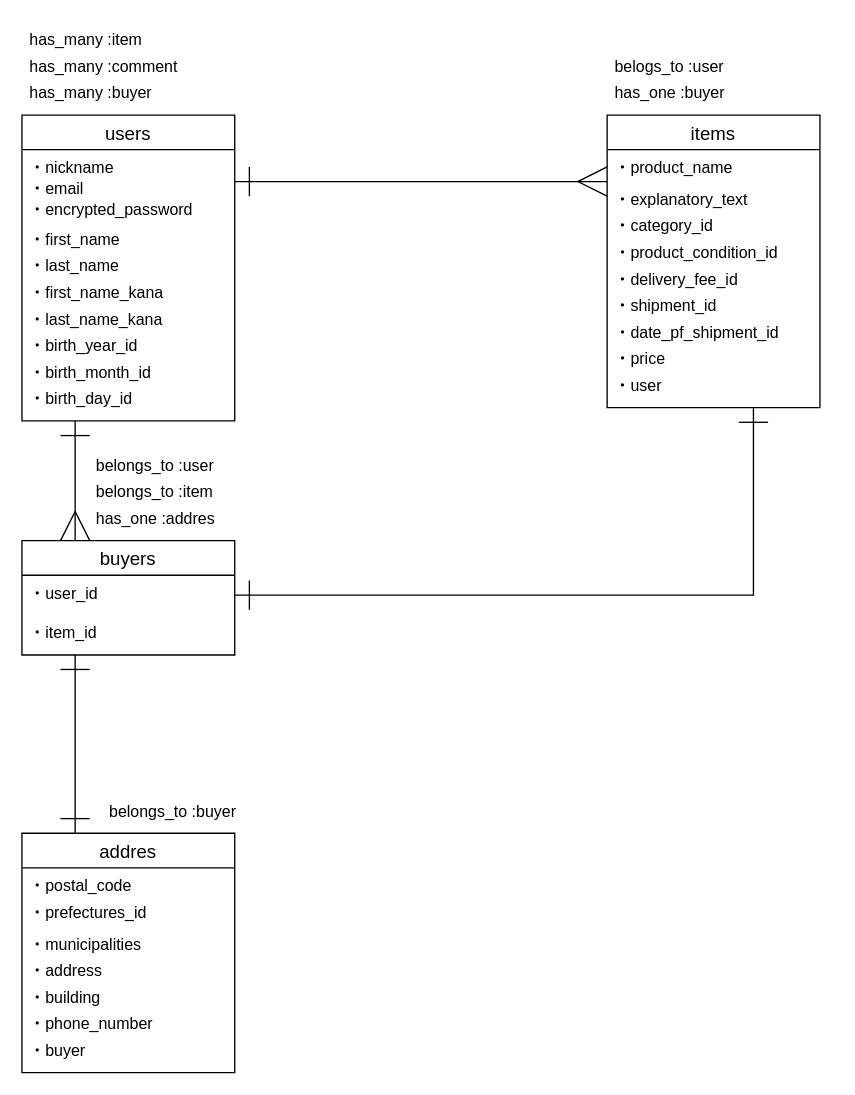
Above: furima.dio in shimazaki-koji/furima-33364 (draw.io), before the change. Source tidied: cells renumbered, new cells numbered last; positions are measured from the earlier drawing's top-left corner, leaving out a move shared by most shapes. Both pictures are drawn from the tidied source at 133%, with x=0, y=0 at pixel (21, 21).
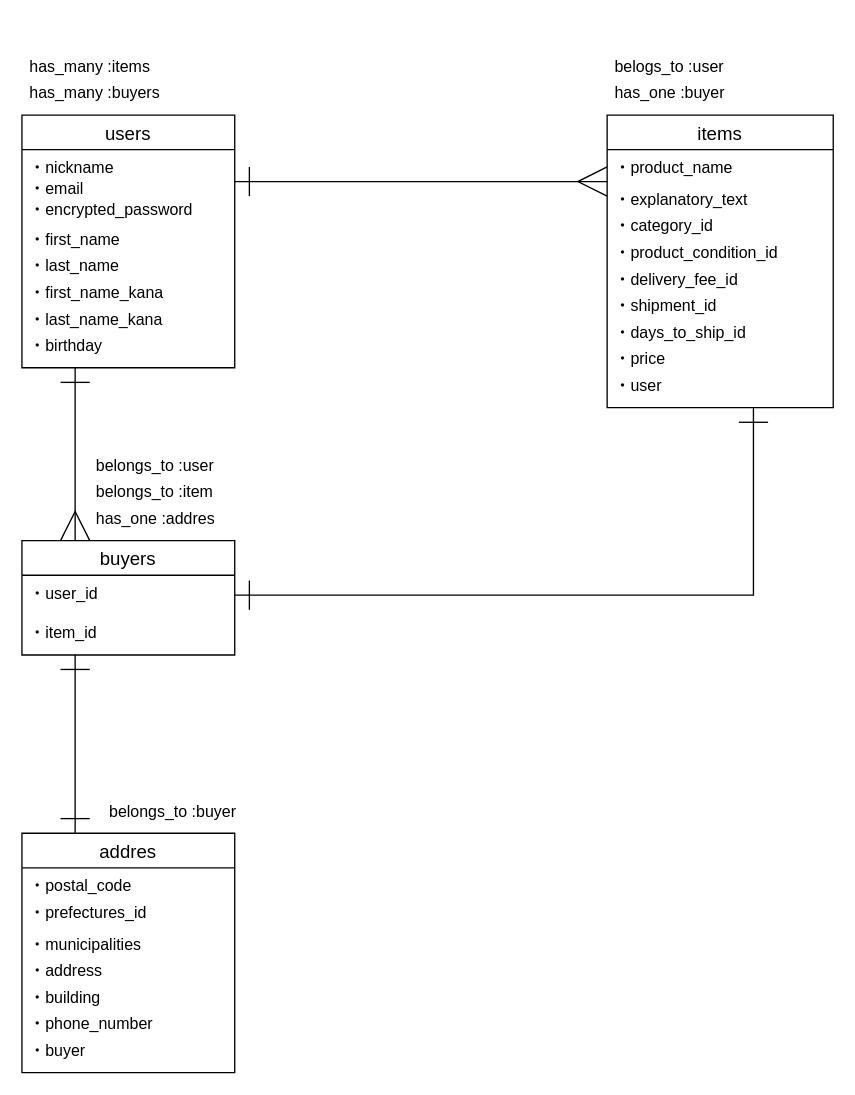
The same diagram, later.

What changed in the source:
```diff
@@
     <mxCell id="2" value="users" style="swimlane;fontStyle=0;horizontal=1;startSize=26;align=center;fontSize=14;" parent="1" vertex="1">
-      <mxGeometry y="70" width="160" height="230" as="geometry" />
+      <mxGeometry y="70" width="160" height="190" as="geometry" />
     </mxCell>
@@
-    <mxCell id="10" value="・birth_year_id" style="text;strokeColor=none;fillColor=none;spacingLeft=4;spacingRight=4;overflow=hidden;fontSize=12;" parent="2" vertex="1">
-      <mxGeometry y="160" width="160" height="20" as="geometry" />
+    <mxCell id="10" value="・birthday" style="text;strokeColor=none;fillColor=none;spacingLeft=4;spacingRight=4;overflow=hidden;fontSize=12;" parent="2" vertex="1">
+      <mxGeometry y="160" width="160" height="30" as="geometry" />
     </mxCell>
-    <mxCell id="11" value="・birth_month_id" style="text;strokeColor=none;fillColor=none;spacingLeft=4;spacingRight=4;overflow=hidden;fontSize=12;" parent="2" vertex="1">
-      <mxGeometry y="180" width="160" height="20" as="geometry" />
-    </mxCell>
-    <mxCell id="12" value="・birth_day_id" style="text;strokeColor=none;fillColor=none;spacingLeft=4;spacingRight=4;overflow=hidden;fontSize=12;" parent="2" vertex="1">
-      <mxGeometry y="200" width="160" height="30" as="geometry" />
-    </mxCell>
     <mxCell id="13" value="items" style="swimlane;fontStyle=0;horizontal=1;startSize=26;align=center;fontSize=14;" parent="1" vertex="1">
-      <mxGeometry x="440" y="70" width="160" height="220" as="geometry" />
+      <mxGeometry x="440" y="70" width="170" height="220" as="geometry" />
     </mxCell>
     <mxCell id="14" value="・product_name" style="text;strokeColor=none;fillColor=none;spacingLeft=4;spacingRight=4;overflow=hidden;fontSize=12;" parent="13" vertex="1">
-      <mxGeometry y="26" width="160" height="24" as="geometry" />
+      <mxGeometry y="26" width="170" height="24" as="geometry" />
     </mxCell>
     <mxCell id="15" value="・explanatory_text" style="text;strokeColor=none;fillColor=none;spacingLeft=4;spacingRight=4;overflow=hidden;fontSize=12;" parent="13" vertex="1">
-      <mxGeometry y="50" width="160" height="20" as="geometry" />
+      <mxGeometry y="50" width="170" height="20" as="geometry" />
     </mxCell>
     <mxCell id="16" value="・category_id" style="text;strokeColor=none;fillColor=none;spacingLeft=4;spacingRight=4;overflow=hidden;fontSize=12;" parent="13" vertex="1">
-      <mxGeometry y="70" width="160" height="20" as="geometry" />
+      <mxGeometry y="70" width="170" height="20" as="geometry" />
     </mxCell>
     <mxCell id="17" value="・product_condition_id" style="text;strokeColor=none;fillColor=none;spacingLeft=4;spacingRight=4;overflow=hidden;fontSize=12;" parent="13" vertex="1">
-      <mxGeometry y="90" width="160" height="20" as="geometry" />
+      <mxGeometry y="90" width="170" height="20" as="geometry" />
     </mxCell>
     <mxCell id="18" value="・delivery_fee_id" style="text;strokeColor=none;fillColor=none;spacingLeft=4;spacingRight=4;overflow=hidden;fontSize=12;" parent="13" vertex="1">
-      <mxGeometry y="110" width="160" height="20" as="geometry" />
+      <mxGeometry y="110" width="170" height="20" as="geometry" />
     </mxCell>
     <mxCell id="19" value="・shipment_id" style="text;strokeColor=none;fillColor=none;spacingLeft=4;spacingRight=4;overflow=hidden;fontSize=12;" parent="13" vertex="1">
-      <mxGeometry y="130" width="160" height="20" as="geometry" />
+      <mxGeometry y="130" width="170" height="20" as="geometry" />
     </mxCell>
-    <mxCell id="20" value="・date_pf_shipment_id" style="text;strokeColor=none;fillColor=none;spacingLeft=4;spacingRight=4;overflow=hidden;fontSize=12;" parent="13" vertex="1">
-      <mxGeometry y="150" width="160" height="20" as="geometry" />
+    <mxCell id="20" value="・days_to_ship_id" style="text;strokeColor=none;fillColor=none;spacingLeft=4;spacingRight=4;overflow=hidden;fontSize=12;" parent="13" vertex="1">
+      <mxGeometry y="150" width="170" height="20" as="geometry" />
     </mxCell>
     <mxCell id="21" value="・price" style="text;strokeColor=none;fillColor=none;spacingLeft=4;spacingRight=4;overflow=hidden;fontSize=12;" parent="13" vertex="1">
-      <mxGeometry y="170" width="160" height="20" as="geometry" />
+      <mxGeometry y="170" width="170" height="20" as="geometry" />
     </mxCell>
     <mxCell id="22" value="・user&#10;" style="text;strokeColor=none;fillColor=none;spacingLeft=4;spacingRight=4;overflow=hidden;fontSize=12;" parent="13" vertex="1">
-      <mxGeometry y="190" width="160" height="30" as="geometry" />
+      <mxGeometry y="190" width="170" height="30" as="geometry" />
     </mxCell>
@@
-    <mxCell id="36" value="has_many :buyer" style="text;strokeColor=none;fillColor=none;spacingLeft=4;spacingRight=4;overflow=hidden;fontSize=12;" parent="1" vertex="1">
+    <mxCell id="36" value="has_many :buyers" style="text;strokeColor=none;fillColor=none;spacingLeft=4;spacingRight=4;overflow=hidden;fontSize=12;" parent="1" vertex="1">
       <mxGeometry y="40" width="160" height="30" as="geometry" />
     </mxCell>
-    <mxCell id="37" value="has_many :comment" style="text;strokeColor=none;fillColor=none;spacingLeft=4;spacingRight=4;overflow=hidden;fontSize=12;" parent="1" vertex="1">
-      <mxGeometry y="20" width="160" height="30" as="geometry" />
-    </mxCell>
-    <mxCell id="38" value="has_many :item" style="text;strokeColor=none;fillColor=none;spacingLeft=4;spacingRight=4;overflow=hidden;fontSize=12;" parent="1" vertex="1">
-      <mxGeometry width="160" height="30" as="geometry" />
+    <mxCell id="38" value="has_many :items" style="text;strokeColor=none;fillColor=none;spacingLeft=4;spacingRight=4;overflow=hidden;fontSize=12;" parent="1" vertex="1">
+      <mxGeometry y="20" width="160" height="30" as="geometry" />
     </mxCell>
```
